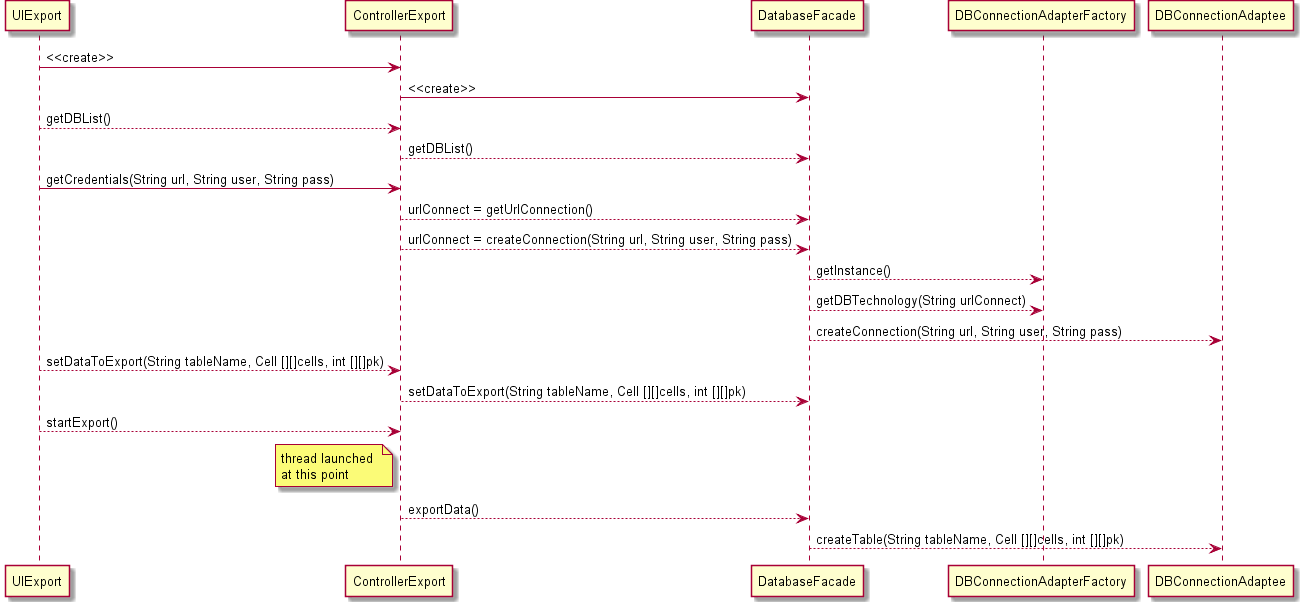
Above: docs/1111168/Diagrams/use_case_realization_DBexport.png in askpt/LAPR4 (PlantUML), before the change.
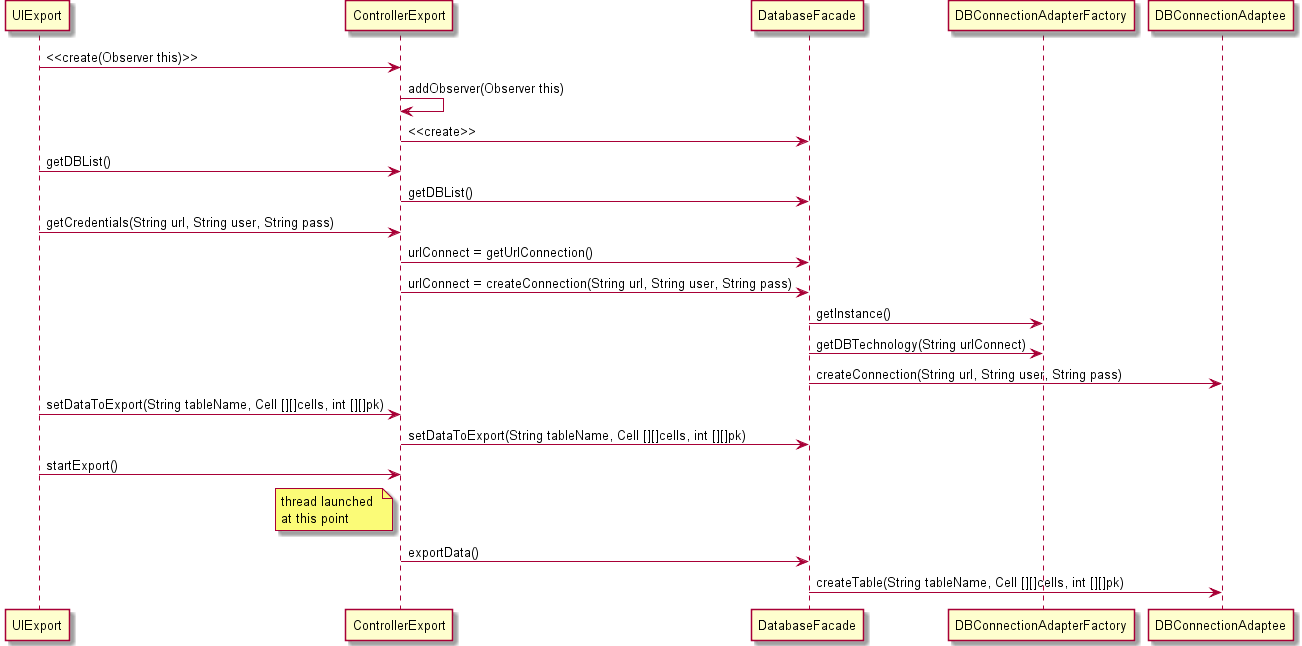
The same diagram one commit later.

Commit message:
1111168: improved uc_realization with addition of observer pattern ref #5 #9

What changed in the source:
```diff
@@ -1,21 +1,22 @@
 @startuml
-UIExport -> ControllerExport: <<create>>
+UIExport -> ControllerExport: <<create(Observer this)>>
+ControllerExport -> ControllerExport: addObserver(Observer this)
 ControllerExport -> DatabaseFacade: <<create>>
-UIExport --> ControllerExport: getDBList()
-ControllerExport --> DatabaseFacade: getDBList()
+UIExport -> ControllerExport: getDBList()
+ControllerExport -> DatabaseFacade: getDBList()
 UIExport -> ControllerExport: getCredentials(String url, String user, String pass)
-ControllerExport --> DatabaseFacade: urlConnect = getUrlConnection()
-ControllerExport --> DatabaseFacade: urlConnect = createConnection(String url, String user, String pass)
-DatabaseFacade --> DBConnectionAdapterFactory: getInstance()
-DatabaseFacade --> DBConnectionAdapterFactory: getDBTechnology(String urlConnect)
-DatabaseFacade --> DBConnectionAdaptee: createConnection(String url, String user, String pass)
-UIExport --> ControllerExport: setDataToExport(String tableName, Cell [][]cells, int [][]pk)
-ControllerExport --> DatabaseFacade: setDataToExport(String tableName, Cell [][]cells, int [][]pk)
-UIExport --> ControllerExport: startExport()
+ControllerExport -> DatabaseFacade: urlConnect = getUrlConnection()
+ControllerExport -> DatabaseFacade: urlConnect = createConnection(String url, String user, String pass)
+DatabaseFacade -> DBConnectionAdapterFactory: getInstance()
+DatabaseFacade -> DBConnectionAdapterFactory: getDBTechnology(String urlConnect)
+DatabaseFacade -> DBConnectionAdaptee: createConnection(String url, String user, String pass)
+UIExport -> ControllerExport: setDataToExport(String tableName, Cell [][]cells, int [][]pk)
+ControllerExport -> DatabaseFacade: setDataToExport(String tableName, Cell [][]cells, int [][]pk)
+UIExport -> ControllerExport: startExport()
 note left of ControllerExport
  thread launched
  at this point
 end note
-ControllerExport --> DatabaseFacade: exportData()
-DatabaseFacade --> DBConnectionAdaptee: createTable(String tableName, Cell [][]cells, int [][]pk)
+ControllerExport -> DatabaseFacade: exportData()
+DatabaseFacade -> DBConnectionAdaptee: createTable(String tableName, Cell [][]cells, int [][]pk)
 @enduml
```
